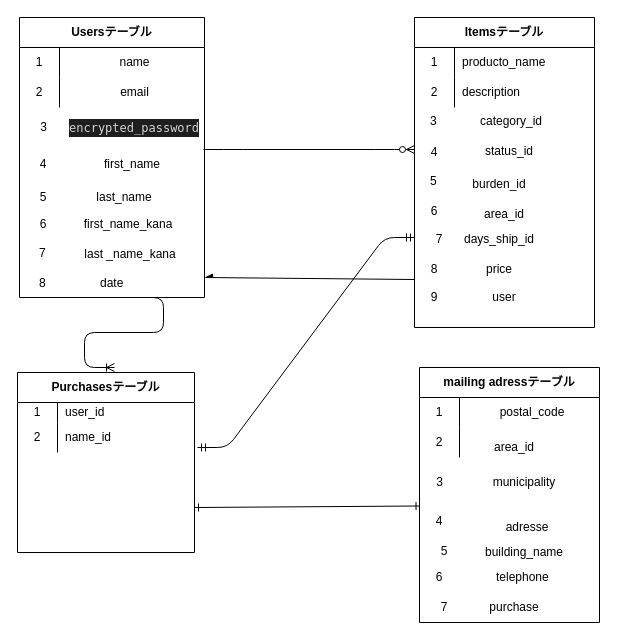
The draw.io diagram er.dio in takashi-Q/furima-34867, before the edit. Source tidied: cells renumbered, new cells numbered last; positions are measured from the earlier drawing's top-left corner, leaving out a move shared by most shapes. Both pictures are drawn from the tidied source at 100%, with x=0, y=0 at pixel (17, 17).
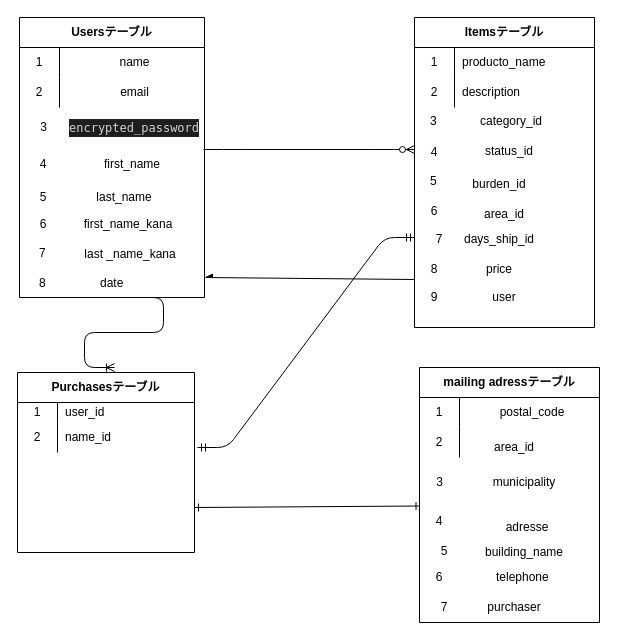
The same diagram, later.

Commit message (it also covers changes not shown here):
データベース設計　８

Change to the diagram source:
```diff
@@
-    <mxCell id="70" value="purchase" style="text;html=1;strokeColor=none;fillColor=none;align=center;verticalAlign=middle;whiteSpace=wrap;rounded=0;" parent="1" vertex="1">
+    <mxCell id="70" value="purchaser" style="text;html=1;strokeColor=none;fillColor=none;align=center;verticalAlign=middle;whiteSpace=wrap;rounded=0;" parent="1" vertex="1">
       <mxGeometry x="477" y="580" width="40" height="20" as="geometry" />
     </mxCell>
```
